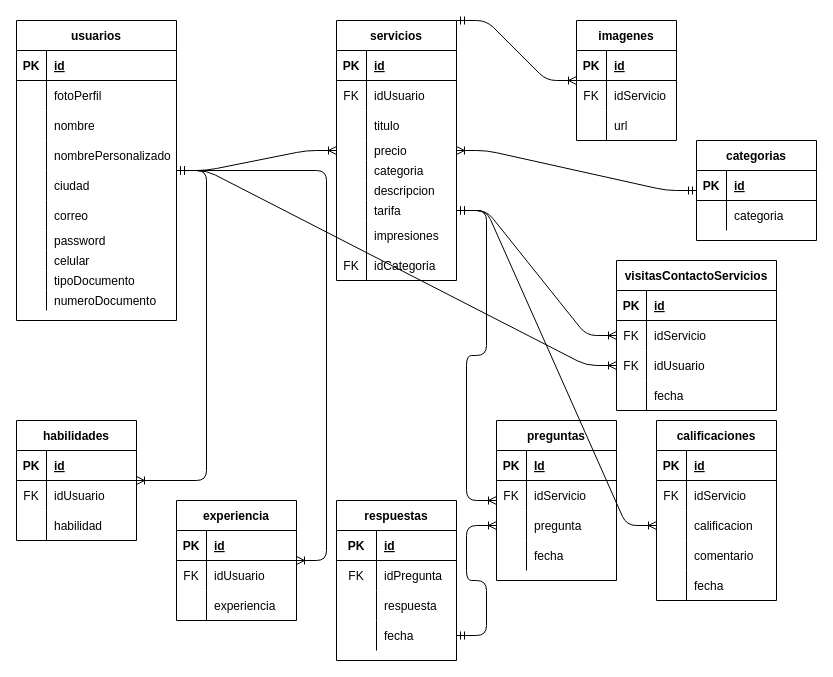
Earlier version of the draw.io diagram data/DBDiagram.drawio (DABELOP/grupo_1_jobbook). Source tidied: cells renumbered, new cells numbered last; positions are measured from the earlier drawing's top-left corner, leaving out a move shared by most shapes. Both pictures are drawn from the tidied source at 100%, with x=0, y=0 at pixel (16, 20).
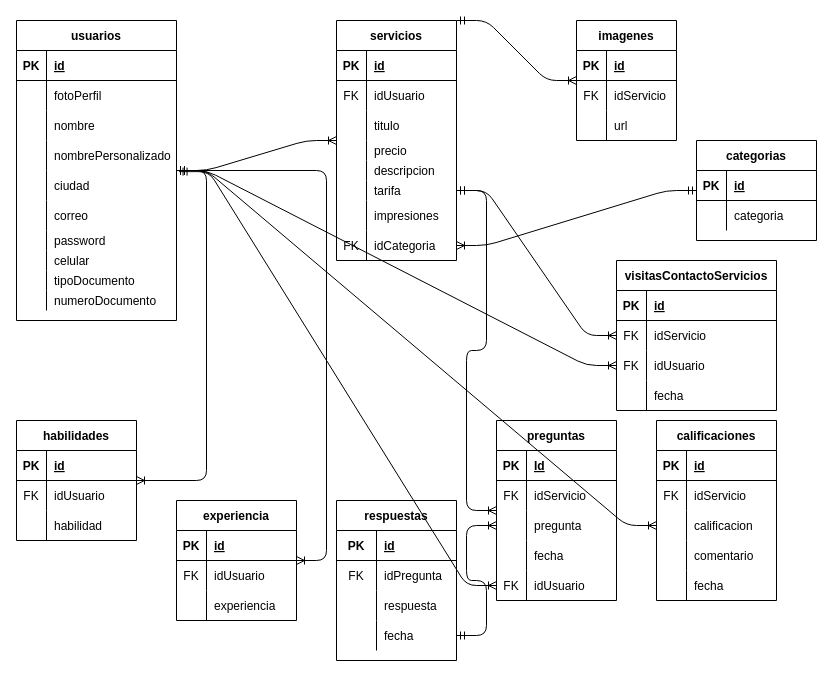
After the change.

The change refers to these unchanged cells:
```xml
<mxCell id="12" value="usuarios" style="shape=table;startSize=30;childLayout=tableLayout;rowLines=0;fontStyle=1;align=center;" parent="1" vertex="1">
  <mxGeometry width="160" height="300" as="geometry" />
</mxCell>
<mxCell id="13" style="shape=partialRectangle;fillColor=none;top=0;left=0;bottom=1;right=0;points=[[0,0.5],[1,0.5]];portConstraint=eastwest;" parent="12" vertex="1">
  <mxGeometry y="30" width="160" height="30" as="geometry" />
</mxCell>
<mxCell id="25" style="shape=partialRectangle;fillColor=none;top=0;left=0;bottom=0;right=0;points=[[0,0.5],[1,0.5]];portConstraint=eastwest;" parent="12" vertex="1">
  <mxGeometry y="150" width="160" height="30" as="geometry" />
</mxCell>
<mxCell id="98" style="shape=partialRectangle;fillColor=none;top=0;left=0;bottom=0;right=0;points=[[0,0.5],[1,0.5]];portConstraint=eastwest;" parent="91" vertex="1">
  <mxGeometry y="90" width="120" height="30" as="geometry" />
</mxCell>
<mxCell id="133" value="respuestas" style="shape=table;startSize=30;childLayout=tableLayout;rowLines=0;fontStyle=1;align=center;" parent="1" vertex="1">
  <mxGeometry x="320" y="480" width="120" height="160" as="geometry" />
</mxCell>
<mxCell id="137" style="shape=partialRectangle;fillColor=none;top=0;left=0;bottom=0;right=0;points=[[0,0.5],[1,0.5]];portConstraint=eastwest;" parent="133" vertex="1">
  <mxGeometry y="60" width="120" height="30" as="geometry" />
</mxCell>
<mxCell id="140" style="shape=partialRectangle;fillColor=none;top=0;left=0;bottom=0;right=0;points=[[0,0.5],[1,0.5]];portConstraint=eastwest;" parent="133" vertex="1">
  <mxGeometry y="90" width="120" height="30" as="geometry" />
</mxCell>
<mxCell id="146" value="categorias" style="shape=table;startSize=30;childLayout=tableLayout;rowLines=0;fontStyle=1;align=center;" parent="1" vertex="1">
  <mxGeometry x="680" y="120" width="120" height="100" as="geometry" />
</mxCell>
```

Change to the diagram source:
```diff
@@
+    <mxCell id="163" style="edgeStyle=none;html=1;entryX=1;entryY=0.5;entryDx=0;entryDy=0;" parent="12" edge="1" source="12" target="13">
+      <mxGeometry relative="1" as="geometry" />
+    </mxCell>
     <mxCell id="43" value="servicios" style="shape=table;startSize=30;childLayout=tableLayout;rowLines=0;fontStyle=1;align=center;" parent="1" vertex="1">
-      <mxGeometry x="320" width="120" height="260" as="geometry" />
+      <mxGeometry x="320" width="120" height="240" as="geometry" />
     </mxCell>
@@
-    <mxCell id="56" style="shape=partialRectangle;fillColor=none;top=0;left=0;bottom=0;right=0;" parent="43" vertex="1">
-      <mxGeometry y="140" width="120" height="20" as="geometry" />
-    </mxCell>
-    <mxCell id="57" style="shape=partialRectangle;fillColor=none;top=0;left=0;bottom=0;right=0;overflow=hidden;" parent="56" vertex="1">
-      <mxGeometry width="30" height="20" as="geometry" />
-    </mxCell>
-    <mxCell id="58" value="categoria" style="shape=partialRectangle;fillColor=none;top=0;left=0;bottom=0;right=0;align=left;spacingLeft=6;overflow=hidden;" parent="56" vertex="1">
-      <mxGeometry x="30" width="90" height="20" as="geometry" />
-    </mxCell>
     <mxCell id="59" style="shape=partialRectangle;fillColor=none;top=0;left=0;bottom=0;right=0;" parent="43" vertex="1">
-      <mxGeometry y="160" width="120" height="20" as="geometry" />
+      <mxGeometry y="140" width="120" height="20" as="geometry" />
     </mxCell>
@@
     <mxCell id="62" style="shape=partialRectangle;fillColor=none;top=0;left=0;bottom=0;right=0;points=[[0,0.5],[1,0.5]];portConstraint=eastwest;" parent="43" vertex="1">
-      <mxGeometry y="180" width="120" height="20" as="geometry" />
+      <mxGeometry y="160" width="120" height="20" as="geometry" />
     </mxCell>
@@
     <mxCell id="65" style="shape=partialRectangle;fillColor=none;top=0;left=0;bottom=0;right=0;" parent="43" vertex="1">
-      <mxGeometry y="200" width="120" height="30" as="geometry" />
+      <mxGeometry y="180" width="120" height="30" as="geometry" />
     </mxCell>
@@
     <mxCell id="68" style="shape=partialRectangle;fillColor=none;top=0;left=0;bottom=0;right=0;points=[[0,0.5],[1,0.5]];portConstraint=eastwest;" parent="43" vertex="1">
-      <mxGeometry y="230" width="120" height="30" as="geometry" />
+      <mxGeometry y="210" width="120" height="30" as="geometry" />
     </mxCell>
@@
     <mxCell id="120" value="preguntas" style="shape=table;startSize=30;childLayout=tableLayout;rowLines=0;fontStyle=1;align=center;" parent="1" vertex="1">
-      <mxGeometry x="480" y="400" width="120" height="160" as="geometry" />
+      <mxGeometry x="480" y="400" width="120" height="180" as="geometry" />
     </mxCell>
@@
+    <mxCell id="164" style="shape=partialRectangle;fillColor=none;top=0;left=0;bottom=0;right=0;points=[[0,0.5],[1,0.5]];portConstraint=eastwest;" parent="120" vertex="1">
+      <mxGeometry y="150" width="120" height="30" as="geometry" />
+    </mxCell>
+    <mxCell id="165" value="FK" style="shape=partialRectangle;fillColor=none;top=0;left=0;bottom=0;right=0;overflow=hidden;" parent="164" vertex="1">
+      <mxGeometry width="30" height="30" as="geometry" />
+    </mxCell>
+    <mxCell id="166" value="idUsuario" style="shape=partialRectangle;fillColor=none;top=0;left=0;bottom=0;right=0;align=left;spacingLeft=6;overflow=hidden;" parent="164" vertex="1">
+      <mxGeometry x="30" width="90" height="30" as="geometry" />
+    </mxCell>
@@
+    <mxCell id="167" style="edgeStyle=none;html=1;" parent="133" edge="1" source="137" target="140">
+      <mxGeometry relative="1" as="geometry" />
+    </mxCell>
@@
-    <mxCell id="154" style="edgeStyle=entityRelationEdgeStyle;fontSize=12;html=1;endArrow=ERoneToMany;startArrow=ERmandOne;" parent="1" edge="1" source="146" target="43">
+    <mxCell id="154" style="edgeStyle=entityRelationEdgeStyle;fontSize=12;html=1;endArrow=ERoneToMany;startArrow=ERmandOne;entryX=1;entryY=0.5;entryDx=0;entryDy=0;" parent="1" edge="1" source="146" target="68">
       <mxGeometry relative="1" as="geometry" />
     </mxCell>
@@
-    <mxCell id="160" style="edgeStyle=entityRelationEdgeStyle;fontSize=12;html=1;endArrow=ERoneToMany;startArrow=ERmandOne;" parent="1" edge="1" source="62" target="98">
-      <mxGeometry relative="1" as="geometry" />
+    <mxCell id="160" style="edgeStyle=entityRelationEdgeStyle;fontSize=12;html=1;endArrow=ERoneToMany;startArrow=ERmandOne;" parent="1" edge="1" target="98">
+      <mxGeometry relative="1" as="geometry">
+        <mxPoint x="160" y="150" as="sourcePoint" />
+      </mxGeometry>
     </mxCell>
@@
+    <mxCell id="168" style="edgeStyle=entityRelationEdgeStyle;fontSize=12;html=1;endArrow=ERoneToMany;startArrow=ERmandOne;entryX=0;entryY=0.5;entryDx=0;entryDy=0;exitX=1.016;exitY=0.038;exitDx=0;exitDy=0;exitPerimeter=0;" parent="1" edge="1" source="25" target="164">
+      <mxGeometry relative="1" as="geometry" />
+    </mxCell>
```
